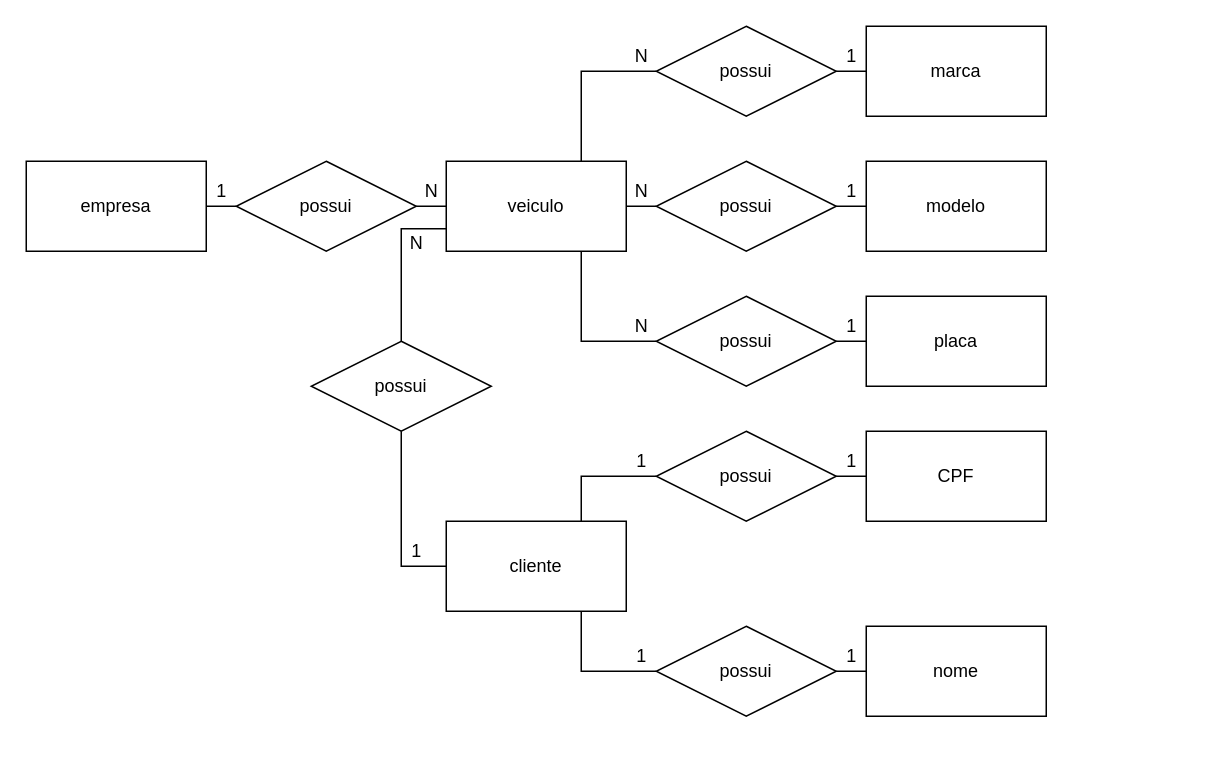
Above: exercicios/1.2-exercicio-locadora/1.2-exercicio-locadora.drawio in hinriqui/senai-sprint-1-bd (draw.io), before the change. Source tidied: cells renumbered, new cells numbered last; positions are measured from the earlier drawing's top-left corner, leaving out a move shared by most shapes. Both pictures are drawn from the tidied source at 150%, with x=0, y=0 at pixel (26, 26).
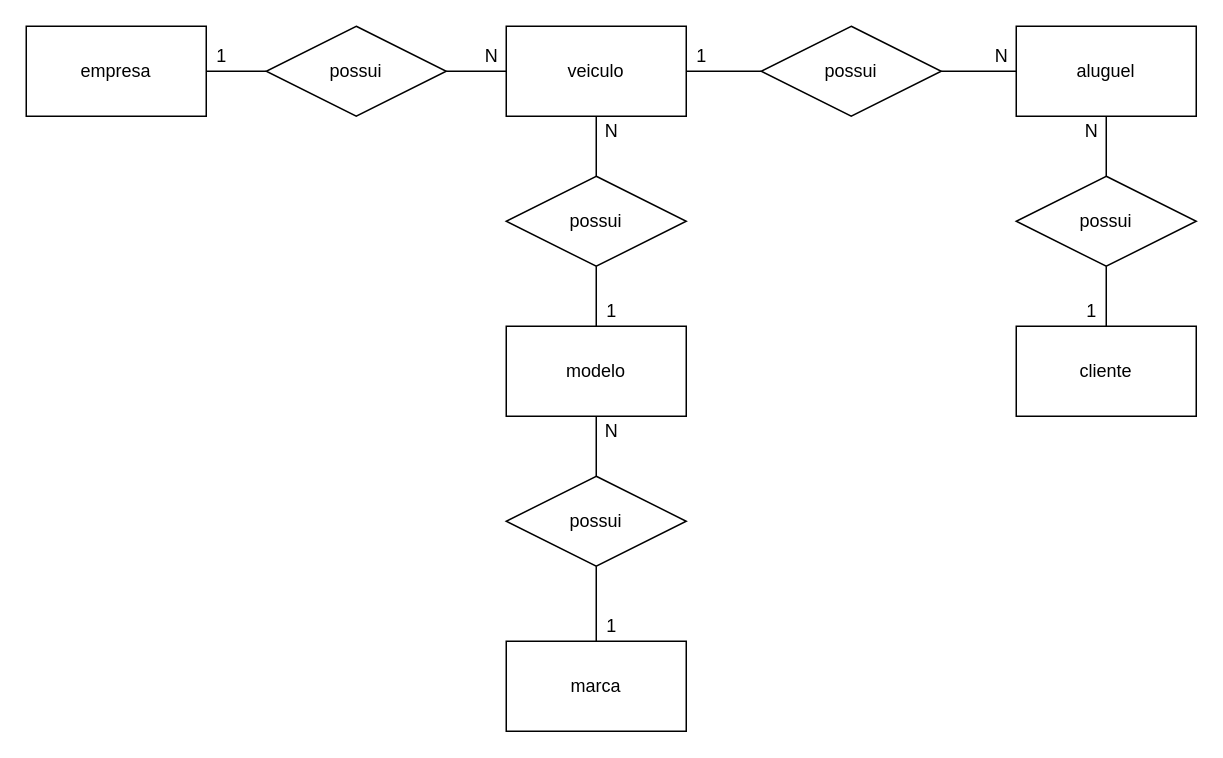
After the change.

Change to the diagram source:
```diff
@@
-    <mxCell id="2" style="edgeStyle=orthogonalEdgeStyle;rounded=0;jettySize=auto;html=1;exitX=1;exitY=0.5;exitDx=0;exitDy=0;entryX=0;entryY=0.5;entryDx=0;entryDy=0;endArrow=none;endFill=0;" parent="1" edge="1" source="3" target="11">
-      <mxGeometry relative="1" as="geometry" />
-    </mxCell>
+    <mxCell id="45" style="edgeStyle=orthogonalEdgeStyle;rounded=0;jettySize=auto;html=1;endArrow=none;endFill=0;" parent="1" edge="1" source="3" target="49">
+      <mxGeometry relative="1" as="geometry" />
+    </mxCell>
     <mxCell id="3" value="empresa" style="rounded=0;whiteSpace=wrap;html=1;" parent="1" vertex="1">
-      <mxGeometry y="90" width="120" height="60" as="geometry" />
+      <mxGeometry width="120" height="60" as="geometry" />
     </mxCell>
-    <mxCell id="4" style="edgeStyle=orthogonalEdgeStyle;rounded=0;jettySize=auto;html=1;exitX=0.75;exitY=0;exitDx=0;exitDy=0;entryX=0;entryY=0.5;entryDx=0;entryDy=0;endArrow=none;endFill=0;" parent="1" edge="1" source="6" target="16">
-      <mxGeometry relative="1" as="geometry" />
-    </mxCell>
-    <mxCell id="5" style="edgeStyle=orthogonalEdgeStyle;rounded=0;jettySize=auto;html=1;exitX=0.75;exitY=1;exitDx=0;exitDy=0;entryX=0;entryY=0.5;entryDx=0;entryDy=0;endArrow=none;endFill=0;" parent="1" edge="1" source="6" target="18">
-      <mxGeometry relative="1" as="geometry" />
-    </mxCell>
+    <mxCell id="46" style="edgeStyle=orthogonalEdgeStyle;rounded=0;jettySize=auto;html=1;endArrow=none;endFill=0;" parent="1" edge="1" source="6" target="52">
+      <mxGeometry relative="1" as="geometry" />
+    </mxCell>
+    <mxCell id="47" style="edgeStyle=orthogonalEdgeStyle;rounded=0;jettySize=auto;html=1;endArrow=none;endFill=0;" parent="1" edge="1" source="6" target="56">
+      <mxGeometry relative="1" as="geometry" />
+    </mxCell>
     <mxCell id="6" value="veiculo" style="rounded=0;whiteSpace=wrap;html=1;" parent="1" vertex="1">
-      <mxGeometry x="280" y="90" width="120" height="60" as="geometry" />
+      <mxGeometry x="320" width="120" height="60" as="geometry" />
     </mxCell>
+    <mxCell id="48" style="edgeStyle=orthogonalEdgeStyle;rounded=0;jettySize=auto;html=1;endArrow=none;endFill=0;" parent="1" edge="1" source="49" target="6">
+      <mxGeometry relative="1" as="geometry" />
+    </mxCell>
+    <mxCell id="49" value="possui" style="shape=rhombus;perimeter=rhombusPerimeter;whiteSpace=wrap;html=1;align=center;" parent="1" vertex="1">
+      <mxGeometry x="160" width="120" height="60" as="geometry" />
+    </mxCell>
+    <mxCell id="50" style="edgeStyle=orthogonalEdgeStyle;rounded=0;jettySize=auto;html=1;endArrow=none;endFill=0;" parent="1" edge="1" source="8" target="54">
+      <mxGeometry relative="1" as="geometry" />
+    </mxCell>
+    <mxCell id="8" value="modelo" style="rounded=0;whiteSpace=wrap;html=1;" parent="1" vertex="1">
+      <mxGeometry x="320" y="200" width="120" height="60" as="geometry" />
+    </mxCell>
+    <mxCell id="51" style="edgeStyle=orthogonalEdgeStyle;rounded=0;jettySize=auto;html=1;endArrow=none;endFill=0;" parent="1" edge="1" source="52" target="8">
+      <mxGeometry relative="1" as="geometry" />
+    </mxCell>
+    <mxCell id="52" value="possui" style="shape=rhombus;perimeter=rhombusPerimeter;whiteSpace=wrap;html=1;align=center;" parent="1" vertex="1">
+      <mxGeometry x="320" y="100" width="120" height="60" as="geometry" />
+    </mxCell>
+    <mxCell id="53" style="edgeStyle=orthogonalEdgeStyle;rounded=0;jettySize=auto;html=1;endArrow=none;endFill=0;" parent="1" edge="1" source="54" target="7">
+      <mxGeometry relative="1" as="geometry" />
+    </mxCell>
+    <mxCell id="54" value="possui" style="shape=rhombus;perimeter=rhombusPerimeter;whiteSpace=wrap;html=1;align=center;" parent="1" vertex="1">
+      <mxGeometry x="320" y="300" width="120" height="60" as="geometry" />
+    </mxCell>
     <mxCell id="7" value="marca" style="rounded=0;whiteSpace=wrap;html=1;" parent="1" vertex="1">
-      <mxGeometry x="560" width="120" height="60" as="geometry" />
+      <mxGeometry x="320" y="410" width="120" height="60" as="geometry" />
     </mxCell>
-    <mxCell id="8" value="modelo" style="rounded=0;whiteSpace=wrap;html=1;" parent="1" vertex="1">
-      <mxGeometry x="560" y="90" width="120" height="60" as="geometry" />
-    </mxCell>
-    <mxCell id="9" value="placa" style="rounded=0;whiteSpace=wrap;html=1;" parent="1" vertex="1">
-      <mxGeometry x="560" y="180" width="120" height="60" as="geometry" />
-    </mxCell>
-    <mxCell id="10" style="edgeStyle=orthogonalEdgeStyle;rounded=0;jettySize=auto;html=1;endArrow=none;endFill=0;" parent="1" edge="1" source="11" target="6">
-      <mxGeometry relative="1" as="geometry" />
-    </mxCell>
-    <mxCell id="11" value="possui" style="shape=rhombus;perimeter=rhombusPerimeter;whiteSpace=wrap;html=1;align=center;" parent="1" vertex="1">
-      <mxGeometry x="140" y="90" width="120" height="60" as="geometry" />
-    </mxCell>
-    <mxCell id="12" style="edgeStyle=orthogonalEdgeStyle;rounded=0;jettySize=auto;html=1;entryX=1;entryY=0.5;entryDx=0;entryDy=0;endArrow=none;endFill=0;" parent="1" edge="1" source="14" target="6">
-      <mxGeometry relative="1" as="geometry" />
-    </mxCell>
-    <mxCell id="13" style="edgeStyle=orthogonalEdgeStyle;rounded=0;jettySize=auto;html=1;exitX=1;exitY=0.5;exitDx=0;exitDy=0;endArrow=none;endFill=0;entryX=0;entryY=0.5;entryDx=0;entryDy=0;" parent="1" edge="1" source="14" target="8">
-      <mxGeometry relative="1" as="geometry" />
-    </mxCell>
-    <mxCell id="14" value="possui" style="shape=rhombus;perimeter=rhombusPerimeter;whiteSpace=wrap;html=1;align=center;" parent="1" vertex="1">
-      <mxGeometry x="420" y="90" width="120" height="60" as="geometry" />
-    </mxCell>
-    <mxCell id="15" style="edgeStyle=orthogonalEdgeStyle;rounded=0;jettySize=auto;html=1;exitX=1;exitY=0.5;exitDx=0;exitDy=0;entryX=0;entryY=0.5;entryDx=0;entryDy=0;endArrow=none;endFill=0;" parent="1" edge="1" source="16" target="7">
-      <mxGeometry relative="1" as="geometry" />
-    </mxCell>
-    <mxCell id="16" value="possui" style="shape=rhombus;perimeter=rhombusPerimeter;whiteSpace=wrap;html=1;align=center;" parent="1" vertex="1">
-      <mxGeometry x="420" width="120" height="60" as="geometry" />
-    </mxCell>
-    <mxCell id="17" style="edgeStyle=orthogonalEdgeStyle;rounded=0;jettySize=auto;html=1;exitX=1;exitY=0.5;exitDx=0;exitDy=0;entryX=0;entryY=0.5;entryDx=0;entryDy=0;endArrow=none;endFill=0;" parent="1" edge="1" source="18" target="9">
-      <mxGeometry relative="1" as="geometry" />
-    </mxCell>
-    <mxCell id="18" value="possui" style="shape=rhombus;perimeter=rhombusPerimeter;whiteSpace=wrap;html=1;align=center;" parent="1" vertex="1">
-      <mxGeometry x="420" y="180" width="120" height="60" as="geometry" />
-    </mxCell>
-    <mxCell id="19" value="1" style="text;html=1;align=center;verticalAlign=middle;strokeColor=none;" parent="1" vertex="1">
-      <mxGeometry x="120" y="100" width="20" height="20" as="geometry" />
-    </mxCell>
-    <mxCell id="20" value="N" style="text;html=1;align=center;verticalAlign=middle;strokeColor=none;" parent="1" vertex="1">
-      <mxGeometry x="260" y="100" width="20" height="20" as="geometry" />
-    </mxCell>
-    <mxCell id="21" value="N" style="text;html=1;align=center;verticalAlign=middle;strokeColor=none;" parent="1" vertex="1">
-      <mxGeometry x="400" y="10" width="20" height="20" as="geometry" />
-    </mxCell>
-    <mxCell id="22" value="N" style="text;html=1;align=center;verticalAlign=middle;strokeColor=none;" parent="1" vertex="1">
-      <mxGeometry x="400" y="100" width="20" height="20" as="geometry" />
-    </mxCell>
-    <mxCell id="23" value="N" style="text;html=1;align=center;verticalAlign=middle;strokeColor=none;" parent="1" vertex="1">
-      <mxGeometry x="400" y="190" width="20" height="20" as="geometry" />
-    </mxCell>
-    <mxCell id="24" value="1" style="text;html=1;align=center;verticalAlign=middle;strokeColor=none;" parent="1" vertex="1">
-      <mxGeometry x="540" y="10" width="20" height="20" as="geometry" />
-    </mxCell>
-    <mxCell id="25" value="1" style="text;html=1;align=center;verticalAlign=middle;strokeColor=none;" parent="1" vertex="1">
-      <mxGeometry x="540" y="100" width="20" height="20" as="geometry" />
-    </mxCell>
-    <mxCell id="26" value="1" style="text;html=1;align=center;verticalAlign=middle;strokeColor=none;" parent="1" vertex="1">
-      <mxGeometry x="540" y="190" width="20" height="20" as="geometry" />
-    </mxCell>
-    <mxCell id="27" style="edgeStyle=orthogonalEdgeStyle;rounded=0;jettySize=auto;html=1;exitX=0.75;exitY=0;exitDx=0;exitDy=0;entryX=0;entryY=0.5;entryDx=0;entryDy=0;endArrow=none;endFill=0;" parent="1" edge="1" source="30" target="34">
-      <mxGeometry relative="1" as="geometry" />
-    </mxCell>
-    <mxCell id="28" style="edgeStyle=orthogonalEdgeStyle;rounded=0;jettySize=auto;html=1;exitX=0.75;exitY=1;exitDx=0;exitDy=0;entryX=0;entryY=0.5;entryDx=0;entryDy=0;endArrow=none;endFill=0;" parent="1" edge="1" source="30" target="36">
-      <mxGeometry relative="1" as="geometry" />
-    </mxCell>
-    <mxCell id="29" style="edgeStyle=orthogonalEdgeStyle;rounded=0;jettySize=auto;html=1;exitX=0;exitY=0.5;exitDx=0;exitDy=0;endArrow=none;endFill=0;" parent="1" edge="1" source="30" target="42">
-      <mxGeometry relative="1" as="geometry" />
-    </mxCell>
+    <mxCell id="55" style="edgeStyle=orthogonalEdgeStyle;rounded=0;jettySize=auto;html=1;endArrow=none;endFill=0;" parent="1" edge="1" source="56" target="58">
+      <mxGeometry relative="1" as="geometry" />
+    </mxCell>
+    <mxCell id="56" value="possui" style="shape=rhombus;perimeter=rhombusPerimeter;whiteSpace=wrap;html=1;align=center;" parent="1" vertex="1">
+      <mxGeometry x="490" width="120" height="60" as="geometry" />
+    </mxCell>
+    <mxCell id="57" style="edgeStyle=orthogonalEdgeStyle;rounded=0;jettySize=auto;html=1;endArrow=none;endFill=0;" parent="1" edge="1" source="58" target="62">
+      <mxGeometry relative="1" as="geometry" />
+    </mxCell>
+    <mxCell id="58" value="aluguel" style="rounded=0;whiteSpace=wrap;html=1;" parent="1" vertex="1">
+      <mxGeometry x="660" width="120" height="60" as="geometry" />
+    </mxCell>
+    <mxCell id="59" value="1" style="text;html=1;align=center;verticalAlign=middle;strokeColor=none;" parent="1" vertex="1">
+      <mxGeometry x="440" y="10" width="20" height="20" as="geometry" />
+    </mxCell>
+    <mxCell id="60" value="N" style="text;html=1;align=center;verticalAlign=middle;strokeColor=none;" parent="1" vertex="1">
+      <mxGeometry x="640" y="10" width="20" height="20" as="geometry" />
+    </mxCell>
+    <mxCell id="61" style="edgeStyle=orthogonalEdgeStyle;rounded=0;jettySize=auto;html=1;endArrow=none;endFill=0;" parent="1" edge="1" source="62" target="30">
+      <mxGeometry relative="1" as="geometry" />
+    </mxCell>
+    <mxCell id="62" value="possui" style="shape=rhombus;perimeter=rhombusPerimeter;whiteSpace=wrap;html=1;align=center;" parent="1" vertex="1">
+      <mxGeometry x="660" y="100" width="120" height="60" as="geometry" />
+    </mxCell>
     <mxCell id="30" value="cliente" style="rounded=0;whiteSpace=wrap;html=1;" parent="1" vertex="1">
-      <mxGeometry x="280" y="330" width="120" height="60" as="geometry" />
+      <mxGeometry x="660" y="200" width="120" height="60" as="geometry" />
     </mxCell>
-    <mxCell id="31" value="CPF" style="rounded=0;whiteSpace=wrap;html=1;" parent="1" vertex="1">
-      <mxGeometry x="560" y="270" width="120" height="60" as="geometry" />
-    </mxCell>
-    <mxCell id="32" value="nome" style="rounded=0;whiteSpace=wrap;html=1;" parent="1" vertex="1">
-      <mxGeometry x="560" y="400" width="120" height="60" as="geometry" />
-    </mxCell>
-    <mxCell id="33" style="edgeStyle=orthogonalEdgeStyle;rounded=0;jettySize=auto;html=1;exitX=1;exitY=0.5;exitDx=0;exitDy=0;entryX=0;entryY=0.5;entryDx=0;entryDy=0;endArrow=none;endFill=0;" parent="1" edge="1" source="34" target="31">
-      <mxGeometry relative="1" as="geometry" />
-    </mxCell>
-    <mxCell id="34" value="possui" style="shape=rhombus;perimeter=rhombusPerimeter;whiteSpace=wrap;html=1;align=center;" parent="1" vertex="1">
-      <mxGeometry x="420" y="270" width="120" height="60" as="geometry" />
-    </mxCell>
-    <mxCell id="35" style="edgeStyle=orthogonalEdgeStyle;rounded=0;jettySize=auto;html=1;exitX=1;exitY=0.5;exitDx=0;exitDy=0;entryX=0;entryY=0.5;entryDx=0;entryDy=0;endArrow=none;endFill=0;" parent="1" edge="1" source="36" target="32">
-      <mxGeometry relative="1" as="geometry" />
-    </mxCell>
-    <mxCell id="36" value="possui" style="shape=rhombus;perimeter=rhombusPerimeter;whiteSpace=wrap;html=1;align=center;" parent="1" vertex="1">
-      <mxGeometry x="420" y="400" width="120" height="60" as="geometry" />
-    </mxCell>
-    <mxCell id="37" value="1" style="text;html=1;align=center;verticalAlign=middle;strokeColor=none;" parent="1" vertex="1">
-      <mxGeometry x="400" y="280" width="20" height="20" as="geometry" />
-    </mxCell>
-    <mxCell id="38" value="1" style="text;html=1;align=center;verticalAlign=middle;strokeColor=none;" parent="1" vertex="1">
-      <mxGeometry x="400" y="410" width="20" height="20" as="geometry" />
-    </mxCell>
-    <mxCell id="39" value="1" style="text;html=1;align=center;verticalAlign=middle;strokeColor=none;" parent="1" vertex="1">
-      <mxGeometry x="540" y="280" width="20" height="20" as="geometry" />
-    </mxCell>
-    <mxCell id="40" value="1" style="text;html=1;align=center;verticalAlign=middle;strokeColor=none;" parent="1" vertex="1">
-      <mxGeometry x="540" y="410" width="20" height="20" as="geometry" />
-    </mxCell>
-    <mxCell id="41" style="edgeStyle=orthogonalEdgeStyle;rounded=0;jettySize=auto;html=1;entryX=0;entryY=0.75;entryDx=0;entryDy=0;endArrow=none;endFill=0;" parent="1" edge="1" source="42" target="6">
-      <mxGeometry relative="1" as="geometry" />
-    </mxCell>
-    <mxCell id="42" value="possui" style="shape=rhombus;perimeter=rhombusPerimeter;whiteSpace=wrap;html=1;align=center;" parent="1" vertex="1">
-      <mxGeometry x="190" y="210" width="120" height="60" as="geometry" />
-    </mxCell>
-    <mxCell id="43" value="N" style="text;html=1;align=center;verticalAlign=middle;strokeColor=none;" parent="1" vertex="1">
-      <mxGeometry x="250" y="135" width="20" height="20" as="geometry" />
-    </mxCell>
-    <mxCell id="44" value="1" style="text;html=1;align=center;verticalAlign=middle;strokeColor=none;" parent="1" vertex="1">
-      <mxGeometry x="250" y="340" width="20" height="20" as="geometry" />
-    </mxCell>
+    <mxCell id="63" value="1" style="text;html=1;align=center;verticalAlign=middle;strokeColor=none;" parent="1" vertex="1">
+      <mxGeometry x="700" y="180" width="20" height="20" as="geometry" />
+    </mxCell>
+    <mxCell id="64" value="N" style="text;html=1;align=center;verticalAlign=middle;strokeColor=none;" parent="1" vertex="1">
+      <mxGeometry x="700" y="60" width="20" height="20" as="geometry" />
+    </mxCell>
+    <mxCell id="65" value="1" style="text;html=1;align=center;verticalAlign=middle;strokeColor=none;" parent="1" vertex="1">
+      <mxGeometry x="120" y="10" width="20" height="20" as="geometry" />
+    </mxCell>
+    <mxCell id="66" value="N" style="text;html=1;align=center;verticalAlign=middle;strokeColor=none;" parent="1" vertex="1">
+      <mxGeometry x="300" y="10" width="20" height="20" as="geometry" />
+    </mxCell>
+    <mxCell id="67" value="1" style="text;html=1;align=center;verticalAlign=middle;strokeColor=none;" parent="1" vertex="1">
+      <mxGeometry x="380" y="180" width="20" height="20" as="geometry" />
+    </mxCell>
+    <mxCell id="68" value="N" style="text;html=1;align=center;verticalAlign=middle;strokeColor=none;" parent="1" vertex="1">
+      <mxGeometry x="380" y="60" width="20" height="20" as="geometry" />
+    </mxCell>
+    <mxCell id="69" value="1" style="text;html=1;align=center;verticalAlign=middle;strokeColor=none;" parent="1" vertex="1">
+      <mxGeometry x="380" y="390" width="20" height="20" as="geometry" />
+    </mxCell>
+    <mxCell id="70" value="N" style="text;html=1;align=center;verticalAlign=middle;strokeColor=none;" parent="1" vertex="1">
+      <mxGeometry x="380" y="260" width="20" height="20" as="geometry" />
+    </mxCell>
```
